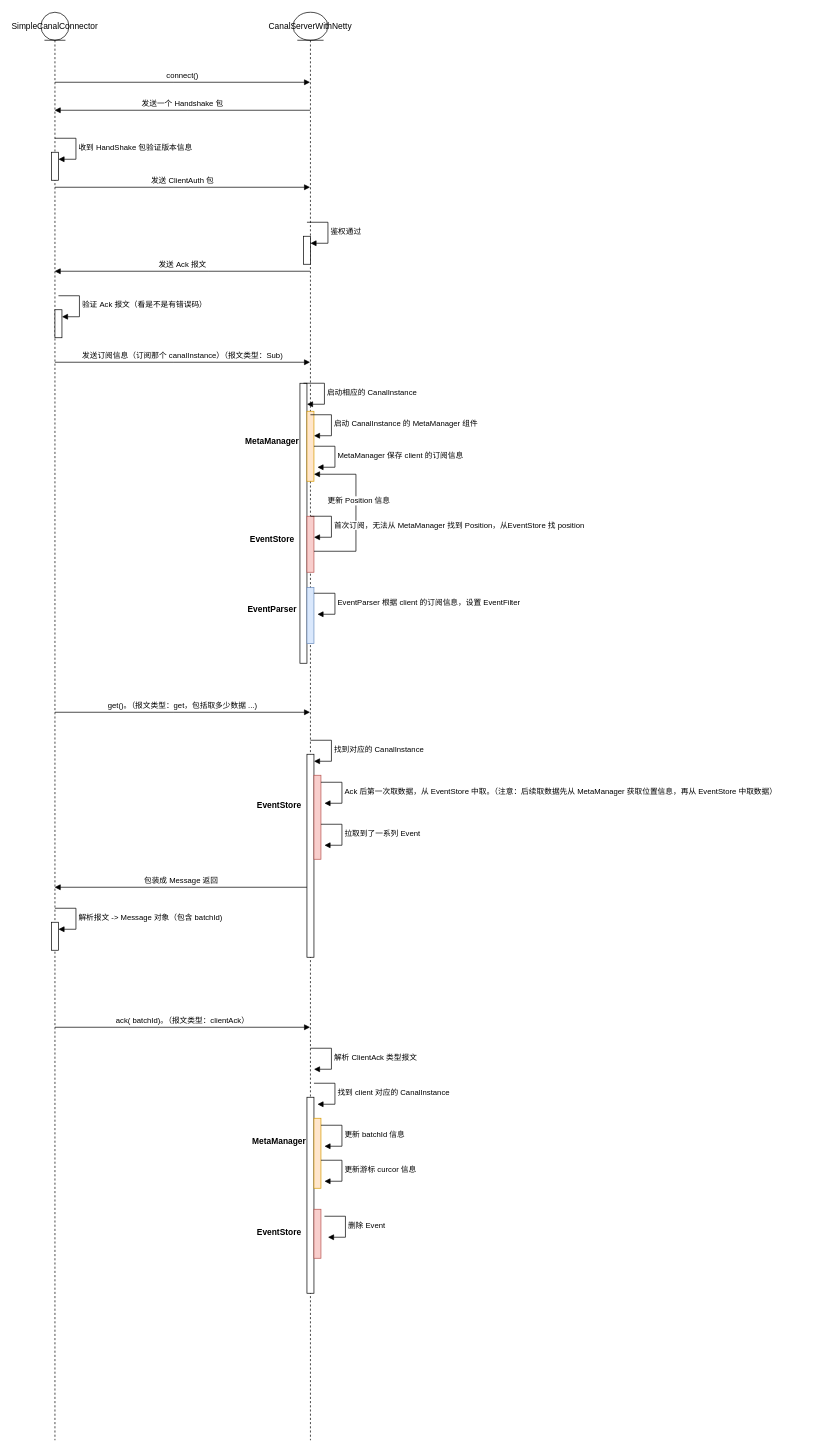
Before: canal/client-server-交互.drawio in coveyliu/draw, a draw.io diagram. Source tidied: cells renumbered, new cells numbered last; positions are measured from the earlier drawing's top-left corner, leaving out a move shared by most shapes. Both pictures are drawn from the tidied source at 70%, with x=0, y=0 at pixel (41, 12).
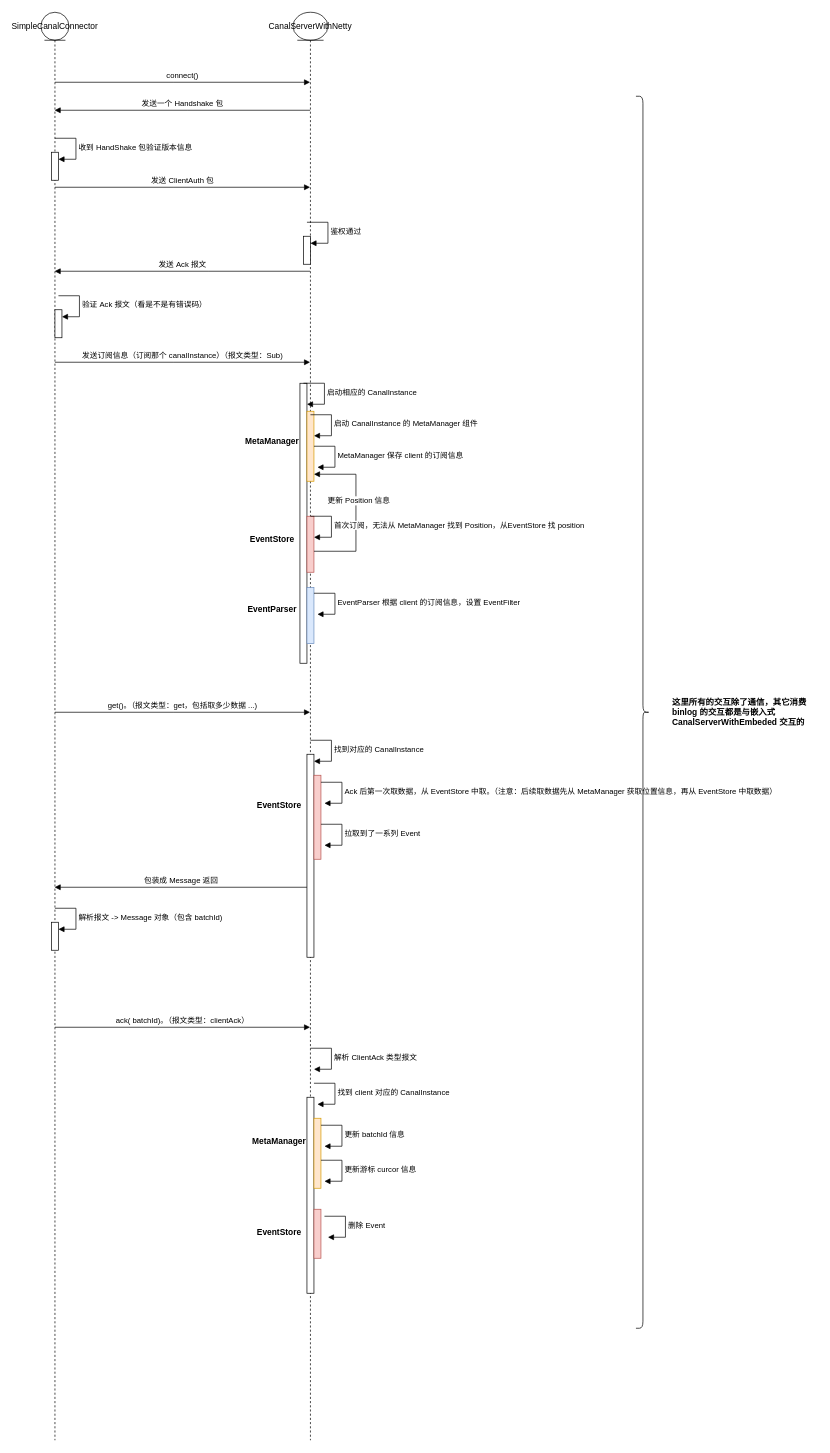
The same diagram, later.

Diff of the diagram source:
```diff
@@
+    <mxCell id="50" style="shape=curlyBracket;whiteSpace=wrap;html=1;rounded=1;flipH=1;labelPosition=right;verticalLabelPosition=middle;align=left;verticalAlign=middle;" parent="1" vertex="1">
+      <mxGeometry x="850" y="120" width="20" height="1760" as="geometry" />
+    </mxCell>
+    <mxCell id="51" value="&lt;b&gt;这里所有的交互除了通信，其它消费 binlog 的交互都是与嵌入式 CanalServerWithEmbeded 交互的&lt;/b&gt;" style="text;html=1;strokeColor=none;fillColor=none;align=left;verticalAlign=middle;whiteSpace=wrap;rounded=0;" parent="1" vertex="1">
+      <mxGeometry x="900" y="959.5" width="210" height="81" as="geometry" />
+    </mxCell>
```
